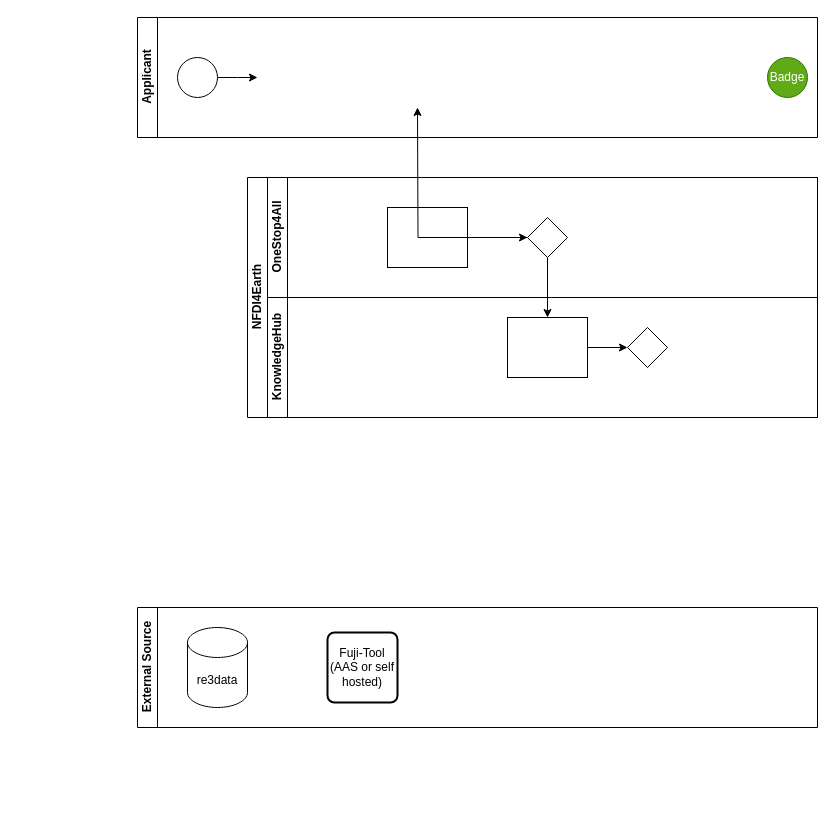
Above: Unbenanntes Diagramm.drawio in geyslein/NFDI4Earth-Label (draw.io), before the change. Source tidied: cells renumbered, new cells numbered last; positions are measured from the earlier drawing's top-left corner, leaving out a move shared by most shapes. Both pictures are drawn from the tidied source at 100%, with x=0, y=0 at pixel (137, 17).
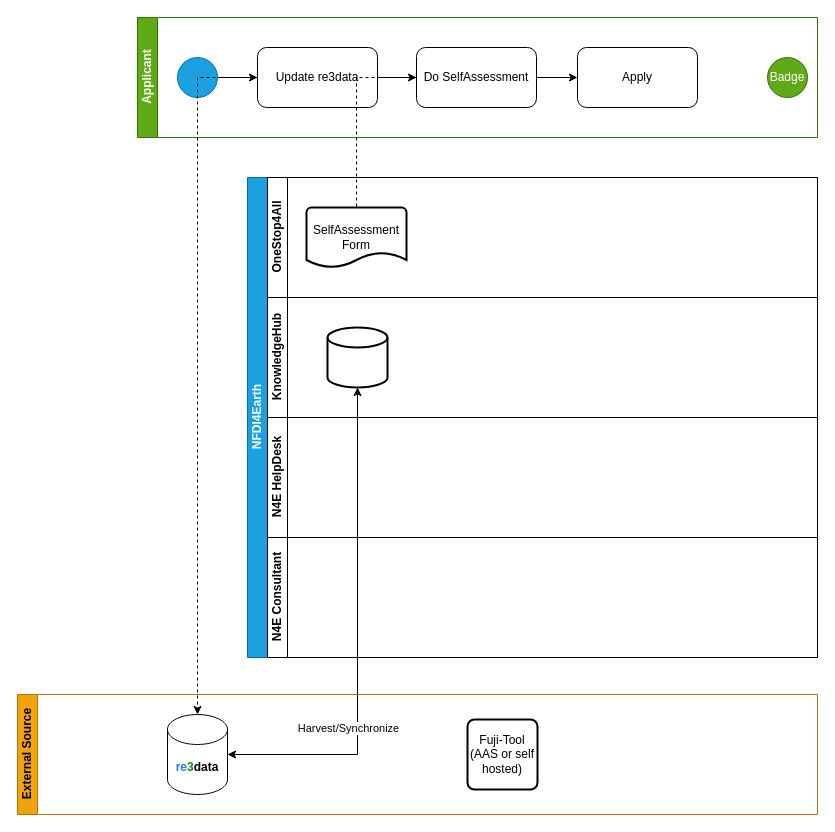
After the change.

Unchanged cells that the change refers to:
```xml
<mxCell id="4" value="OneStop4All" style="swimlane;html=1;startSize=20;horizontal=0;" parent="2" vertex="1">
  <mxGeometry x="20" width="550" height="120" as="geometry" />
</mxCell>
<mxCell id="8" value="KnowledgeHub" style="swimlane;html=1;startSize=20;horizontal=0;" parent="2" vertex="1">
  <mxGeometry x="20" y="120" width="550" height="120" as="geometry" />
</mxCell>
```

The edit, as a diff of the source:
```diff
@@
-    <mxCell id="2" value="NFDI4Earth" style="swimlane;html=1;horizontal=0;startSize=20;" parent="1" vertex="1">
-      <mxGeometry x="110" y="160" width="570" height="240" as="geometry" />
+    <mxCell id="2" value="NFDI4Earth" style="swimlane;html=1;horizontal=0;startSize=20;fillColor=#1ba1e2;fontColor=#ffffff;strokeColor=#006EAF;" parent="1" vertex="1">
+      <mxGeometry x="110" y="160" width="570" height="480" as="geometry" />
     </mxCell>
-    <mxCell id="3" style="edgeStyle=orthogonalEdgeStyle;rounded=0;jettySize=auto;html=1;endArrow=classic;endFill=1;" parent="2" edge="1" source="7" target="10">
-      <mxGeometry relative="1" as="geometry" />
-    </mxCell>
@@
-    <mxCell id="5" style="edgeStyle=orthogonalEdgeStyle;rounded=0;jettySize=auto;html=1;endArrow=classic;endFill=1;" parent="4" edge="1" source="6" target="7">
-      <mxGeometry relative="1" as="geometry" />
-    </mxCell>
-    <mxCell id="6" style="rounded=0;whiteSpace=wrap;html=1;fontFamily=Helvetica;fontSize=12;fontColor=#000000;align=center;" parent="4" vertex="1">
-      <mxGeometry x="120" y="30" width="80" height="60" as="geometry" />
-    </mxCell>
-    <mxCell id="7" style="rhombus;whiteSpace=wrap;html=1;fontFamily=Helvetica;fontSize=12;fontColor=#000000;align=center;" parent="4" vertex="1">
-      <mxGeometry x="260" y="40" width="40" height="40" as="geometry" />
-    </mxCell>
+    <mxCell id="20" value="SelfAssessment Form" style="strokeWidth=2;html=1;shape=mxgraph.flowchart.document2;whiteSpace=wrap;size=0.25;" parent="4" vertex="1">
+      <mxGeometry x="39" y="30" width="100" height="60" as="geometry" />
+    </mxCell>
@@
-    <mxCell id="9" style="edgeStyle=orthogonalEdgeStyle;rounded=0;jettySize=auto;html=1;endArrow=classic;endFill=1;" parent="8" edge="1" source="10" target="11">
-      <mxGeometry relative="1" as="geometry" />
-    </mxCell>
-    <mxCell id="10" style="rounded=0;whiteSpace=wrap;html=1;fontFamily=Helvetica;fontSize=12;fontColor=#000000;align=center;" parent="8" vertex="1">
-      <mxGeometry x="240" y="20" width="80" height="60" as="geometry" />
-    </mxCell>
-    <mxCell id="11" style="rhombus;whiteSpace=wrap;html=1;fontFamily=Helvetica;fontSize=12;fontColor=#000000;align=center;" parent="8" vertex="1">
-      <mxGeometry x="360" y="30" width="40" height="40" as="geometry" />
-    </mxCell>
+    <mxCell id="21" style="strokeWidth=2;html=1;shape=mxgraph.flowchart.database;whiteSpace=wrap;" parent="8" vertex="1">
+      <mxGeometry x="60" y="30" width="60" height="60" as="geometry" />
+    </mxCell>
+    <mxCell id="22" value="N4E HelpDesk" style="swimlane;html=1;startSize=20;horizontal=0;" parent="2" vertex="1">
+      <mxGeometry x="20" y="240" width="550" height="120" as="geometry" />
+    </mxCell>
+    <mxCell id="23" value="N4E Consultant" style="swimlane;html=1;startSize=20;horizontal=0;" parent="2" vertex="1">
+      <mxGeometry x="20" y="360" width="550" height="120" as="geometry" />
+    </mxCell>
-    <mxCell id="12" value="Applicant" style="swimlane;html=1;startSize=20;horizontal=0;" parent="1" vertex="1">
+    <mxCell id="12" value="Applicant" style="swimlane;html=1;startSize=20;horizontal=0;fillColor=#60a917;fontColor=#ffffff;strokeColor=#2D7600;" parent="1" vertex="1">
       <mxGeometry width="680" height="120" as="geometry" />
     </mxCell>
@@
-    <mxCell id="14" style="ellipse;whiteSpace=wrap;html=1;" parent="12" vertex="1">
+    <mxCell id="14" style="ellipse;whiteSpace=wrap;html=1;fillColor=#1ba1e2;fontColor=#ffffff;strokeColor=#006EAF;" parent="12" vertex="1">
       <mxGeometry x="40" y="40" width="40" height="40" as="geometry" />
     </mxCell>
@@
-    <mxCell id="16" style="edgeStyle=orthogonalEdgeStyle;rounded=0;jettySize=auto;html=1;endArrow=classic;endFill=1;" parent="1" edge="1" source="7">
-      <mxGeometry relative="1" as="geometry">
-        <mxPoint x="280" y="90" as="targetPoint" />
-      </mxGeometry>
-    </mxCell>
+    <mxCell id="24" style="edgeStyle=orthogonalEdgeStyle;rounded=0;jettySize=auto;html=1;" parent="12" edge="1" source="25" target="27">
+      <mxGeometry relative="1" as="geometry" />
+    </mxCell>
+    <mxCell id="25" value="Update re3data" style="rounded=1;whiteSpace=wrap;html=1;" parent="12" vertex="1">
+      <mxGeometry x="120" y="30" width="120" height="60" as="geometry" />
+    </mxCell>
+    <mxCell id="26" style="edgeStyle=orthogonalEdgeStyle;rounded=0;jettySize=auto;html=1;" parent="12" edge="1" source="27">
+      <mxGeometry relative="1" as="geometry">
+        <mxPoint x="440" y="60" as="targetPoint" />
+      </mxGeometry>
+    </mxCell>
+    <mxCell id="27" value="Do SelfAssessment" style="rounded=1;whiteSpace=wrap;html=1;" parent="12" vertex="1">
+      <mxGeometry x="279" y="30" width="120" height="60" as="geometry" />
+    </mxCell>
+    <mxCell id="28" value="Apply" style="rounded=1;whiteSpace=wrap;html=1;" parent="12" vertex="1">
+      <mxGeometry x="440" y="30" width="120" height="60" as="geometry" />
+    </mxCell>
+    <mxCell id="29" style="edgeStyle=orthogonalEdgeStyle;rounded=0;jettySize=auto;html=1;entryX=0.5;entryY=0;entryDx=0;entryDy=0;entryPerimeter=0;dashed=1;" parent="1" edge="1" source="25" target="18">
+      <mxGeometry relative="1" as="geometry" />
+    </mxCell>
+    <mxCell id="30" style="edgeStyle=orthogonalEdgeStyle;rounded=0;jettySize=auto;html=1;entryX=0.5;entryY=0;entryDx=0;entryDy=0;entryPerimeter=0;dashed=1;endArrow=none;endFill=0;" parent="1" edge="1" source="27" target="20">
+      <mxGeometry relative="1" as="geometry" />
+    </mxCell>
+    <mxCell id="31" style="edgeStyle=orthogonalEdgeStyle;rounded=0;jettySize=auto;html=1;entryX=1;entryY=0.5;entryDx=0;entryDy=0;entryPerimeter=0;startArrow=classic;startFill=1;" parent="1" edge="1" source="21" target="18">
+      <mxGeometry relative="1" as="geometry">
+        <Array as="points">
+          <mxPoint x="220" y="737" />
+        </Array>
+      </mxGeometry>
+    </mxCell>
+    <mxCell id="32" value="Harvest/Synchronize" style="edgeLabel;html=1;align=center;verticalAlign=middle;" parent="31" vertex="1">
+      <mxGeometry x="-0.51" y="-1" relative="1" as="geometry">
+        <mxPoint x="-9" y="218" as="offset" />
+      </mxGeometry>
+    </mxCell>
-    <mxCell id="17" value="External Source" style="swimlane;html=1;startSize=20;horizontal=0;" parent="1" vertex="1">
-      <mxGeometry y="590" width="680" height="120" as="geometry" />
+    <mxCell id="17" value="External Source" style="swimlane;html=1;startSize=20;horizontal=0;fillColor=#f0a30a;fontColor=#000000;strokeColor=#BD7000;" parent="1" vertex="1">
+      <mxGeometry x="-120" y="677" width="800" height="120" as="geometry" />
     </mxCell>
-    <mxCell id="18" value="re3data" style="shape=cylinder3;whiteSpace=wrap;html=1;boundedLbl=1;backgroundOutline=1;size=15;" parent="17" vertex="1">
-      <mxGeometry x="50" y="20" width="60" height="80" as="geometry" />
+    <mxCell id="18" value="&lt;b&gt;&lt;font color=&quot;#1f78ff&quot;&gt;re&lt;/font&gt;&lt;font color=&quot;#009900&quot;&gt;3&lt;/font&gt;data&lt;/b&gt;" style="shape=cylinder3;whiteSpace=wrap;html=1;boundedLbl=1;backgroundOutline=1;size=15;gradientColor=#009900;fillColor=none;" parent="17" vertex="1">
+      <mxGeometry x="150" y="20" width="60" height="80" as="geometry" />
     </mxCell>
     <mxCell id="19" value="&lt;div&gt;Fuji-Tool&lt;/div&gt;&lt;div&gt;(AAS or self hosted)&lt;br&gt;&lt;/div&gt;" style="rounded=1;whiteSpace=wrap;html=1;absoluteArcSize=1;arcSize=14;strokeWidth=2;" parent="17" vertex="1">
-      <mxGeometry x="190" y="25" width="70" height="70" as="geometry" />
+      <mxGeometry x="450" y="25" width="70" height="70" as="geometry" />
     </mxCell>
```
